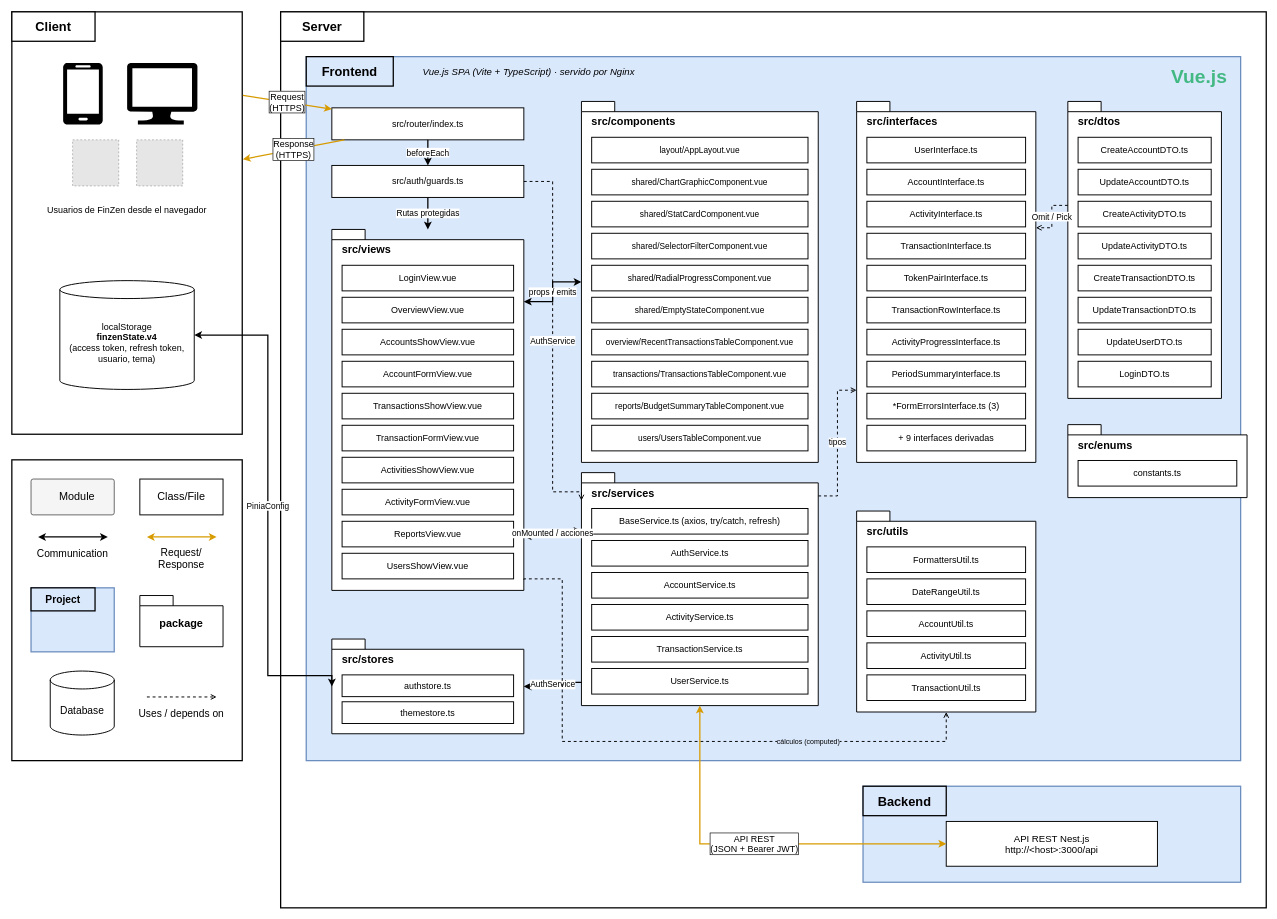
Before: docs/architecture/deliverable-2/frontend-architecture.drawio in AndresVelez31/FinZen, a draw.io diagram. Source tidied: cells renumbered, new cells numbered last; positions are measured from the earlier drawing's top-left corner, leaving out a move shared by most shapes. Both pictures are drawn from the tidied source at 64%, with x=0, y=0 at pixel (12, 12). Pictures stored in the file or linked from it are replaced by grey dashed boxes.
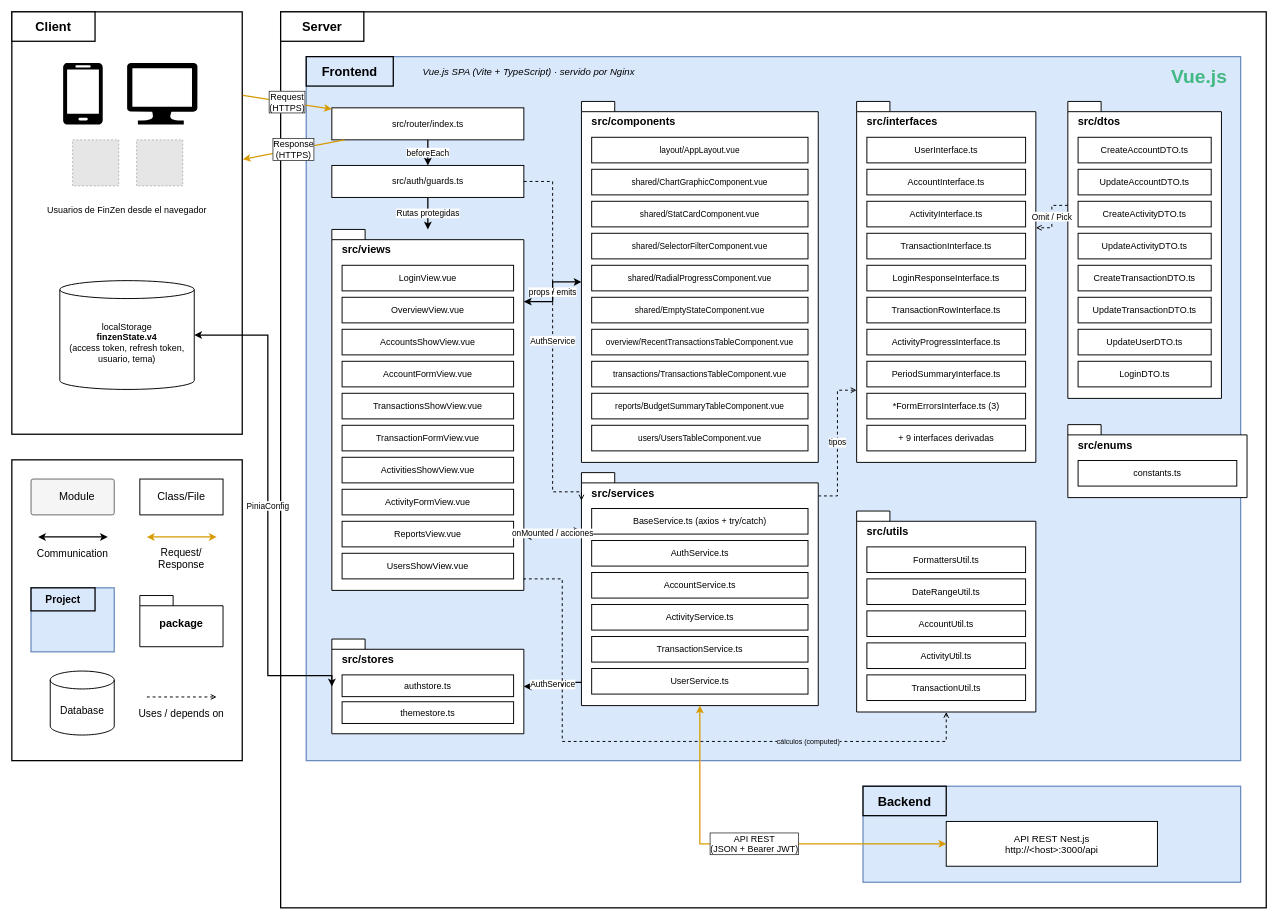
The same page after the edit.

Diff of the diagram source:
```diff
@@
-    <mxCell id="63" value="BaseService.ts (axios, try/catch, refresh)" style="rounded=0;whiteSpace=wrap;html=1;fillColor=#ffffff;strokeColor=#000000;strokeWidth=1.5;fontSize=14;" parent="1" vertex="1">
+    <mxCell id="63" value="BaseService.ts (axios + try/catch)" style="rounded=0;whiteSpace=wrap;html=1;fillColor=#ffffff;strokeColor=#000000;strokeWidth=1.5;fontSize=14;" parent="1" vertex="1">
       <mxGeometry x="906" y="776" width="338" height="40" as="geometry" />
     </mxCell>
@@
-    <mxCell id="74" value="TokenPairInterface.ts" style="rounded=0;whiteSpace=wrap;html=1;fillColor=#ffffff;strokeColor=#000000;strokeWidth=1.5;fontSize=14;" parent="1" vertex="1">
+    <mxCell id="74" value="LoginResponseInterface.ts" style="rounded=0;whiteSpace=wrap;html=1;fillColor=#ffffff;strokeColor=#000000;strokeWidth=1.5;fontSize=14;" parent="1" vertex="1">
       <mxGeometry x="1336" y="396" width="248" height="40" as="geometry" />
     </mxCell>
```
